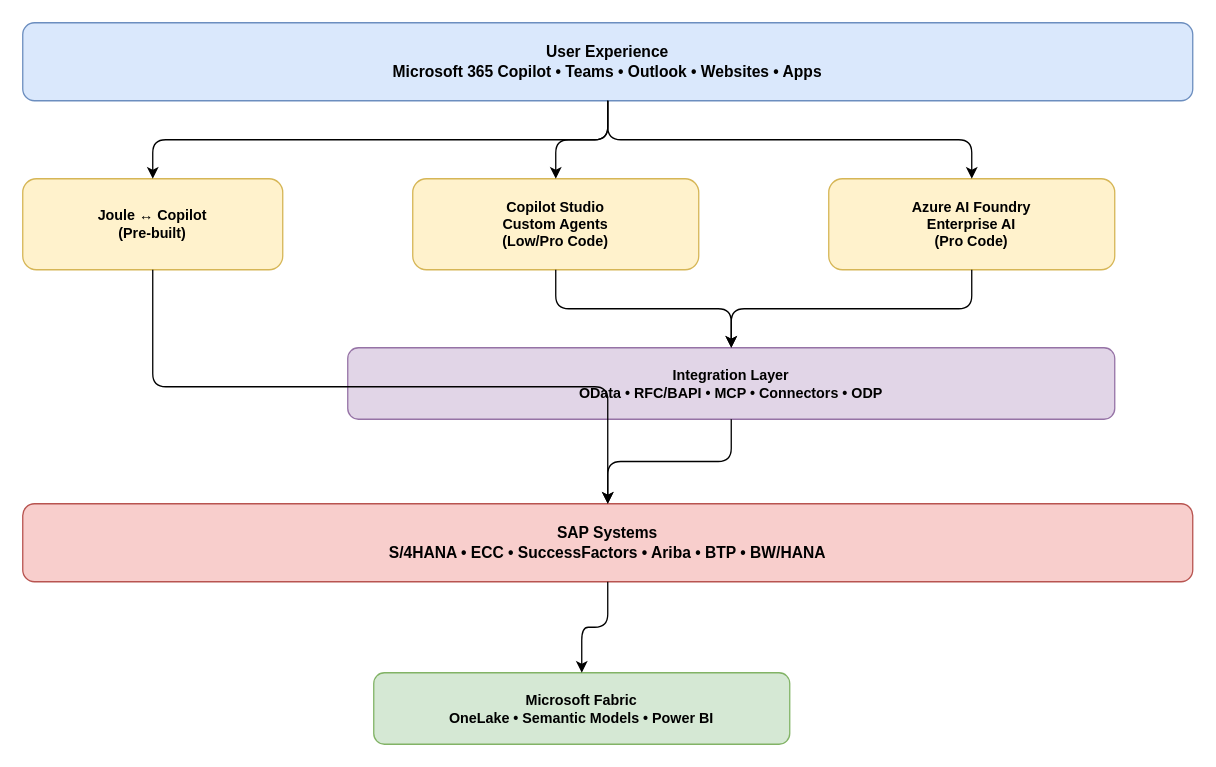
hobru/Microsoft-Learning keeps this draw.io diagram as about-sap-with-microsoft-ai.drawio. Above is the earlier version. Source tidied: cells renumbered, new cells numbered last; positions are measured from the earlier drawing's top-left corner, leaving out a move shared by most shapes. Both pictures are drawn from the tidied source at 130%, with x=0, y=0 at pixel (22, 22).
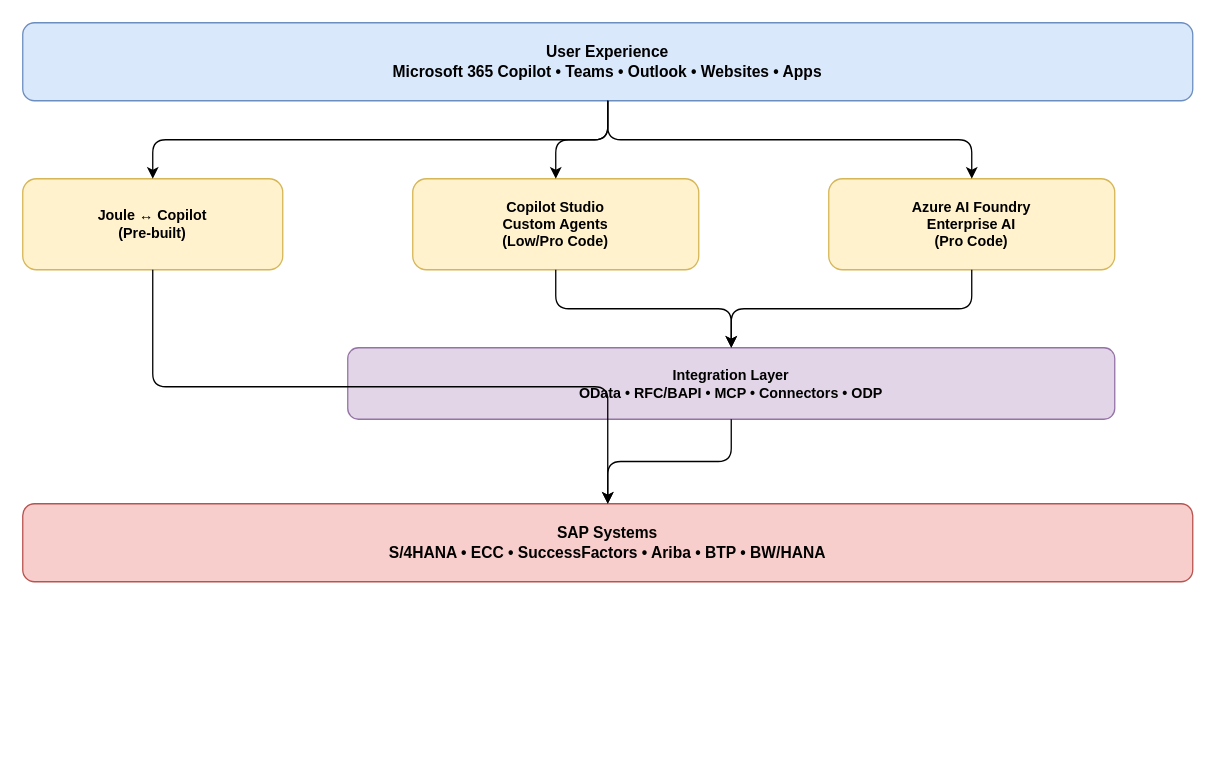
The same diagram, later.

Commit message (it also covers changes not shown here):
Update SAP with Microsoft AI diagram and adjust layout properties

The edit, as a diff of the source:
```diff
@@
 <mxGraphModel>
   <root>
     <mxCell id="0" />
     <mxCell id="1" parent="0" />
     <mxCell id="2" value="User Experience&#10;Microsoft 365 Copilot  •  Teams  •  Outlook  •  Websites  •  Apps" style="rounded=1;whiteSpace=wrap;html=1;fillColor=#dae8fc;strokeColor=#6c8ebf;fontSize=12;fontStyle=1;verticalAlign=middle;align=center;" parent="1" vertex="1">
       <mxGeometry width="900" height="60" as="geometry" />
     </mxCell>
     <mxCell id="3" value="Joule ↔ Copilot&#10;(Pre-built)" style="rounded=1;whiteSpace=wrap;html=1;fillColor=#fff2cc;strokeColor=#d6b656;fontSize=11;fontStyle=1;verticalAlign=middle;align=center;" parent="1" vertex="1">
       <mxGeometry y="120" width="200" height="70" as="geometry" />
     </mxCell>
     <mxCell id="4" value="Copilot Studio&#10;Custom Agents&#10;(Low/Pro Code)" style="rounded=1;whiteSpace=wrap;html=1;fillColor=#fff2cc;strokeColor=#d6b656;fontSize=11;fontStyle=1;verticalAlign=middle;align=center;" parent="1" vertex="1">
       <mxGeometry x="300" y="120" width="220" height="70" as="geometry" />
     </mxCell>
     <mxCell id="5" value="Azure AI Foundry&#10;Enterprise AI&#10;(Pro Code)" style="rounded=1;whiteSpace=wrap;html=1;fillColor=#fff2cc;strokeColor=#d6b656;fontSize=11;fontStyle=1;verticalAlign=middle;align=center;" parent="1" vertex="1">
       <mxGeometry x="620" y="120" width="220" height="70" as="geometry" />
     </mxCell>
     <mxCell id="6" value="Integration Layer&#10;OData  •  RFC/BAPI  •  MCP  •  Connectors  •  ODP" style="rounded=1;whiteSpace=wrap;html=1;fillColor=#e1d5e7;strokeColor=#9673a6;fontSize=11;fontStyle=1;verticalAlign=middle;align=center;" parent="1" vertex="1">
       <mxGeometry x="250" y="250" width="590" height="55" as="geometry" />
     </mxCell>
     <mxCell id="7" value="SAP Systems&#10;S/4HANA  •  ECC  •  SuccessFactors  •  Ariba  •  BTP  •  BW/HANA" style="rounded=1;whiteSpace=wrap;html=1;fillColor=#f8cecc;strokeColor=#b85450;fontSize=12;fontStyle=1;verticalAlign=middle;align=center;" parent="1" vertex="1">
       <mxGeometry y="370" width="900" height="60" as="geometry" />
     </mxCell>
-    <mxCell id="8" value="Microsoft Fabric&#10;OneLake  •  Semantic Models  •  Power BI" style="rounded=1;whiteSpace=wrap;html=1;fillColor=#d5e8d4;strokeColor=#82b366;fontSize=11;fontStyle=1;verticalAlign=middle;align=center;" parent="1" vertex="1">
-      <mxGeometry x="270" y="500" width="320" height="55" as="geometry" />
-    </mxCell>
     <mxCell id="9" style="edgeStyle=orthogonalEdgeStyle;rounded=1;" parent="1" edge="1" source="2" target="3">
       <mxGeometry relative="1" as="geometry" />
     </mxCell>
     <mxCell id="10" style="edgeStyle=orthogonalEdgeStyle;rounded=1;" parent="1" edge="1" source="2" target="4">
       <mxGeometry relative="1" as="geometry" />
     </mxCell>
     <mxCell id="11" style="edgeStyle=orthogonalEdgeStyle;rounded=1;" parent="1" edge="1" source="2" target="5">
       <mxGeometry relative="1" as="geometry" />
     </mxCell>
     <mxCell id="12" style="edgeStyle=orthogonalEdgeStyle;rounded=1;" parent="1" edge="1" source="4" target="6">
       <mxGeometry relative="1" as="geometry" />
     </mxCell>
     <mxCell id="13" style="edgeStyle=orthogonalEdgeStyle;rounded=1;" parent="1" edge="1" source="5" target="6">
       <mxGeometry relative="1" as="geometry" />
     </mxCell>
     <mxCell id="14" style="edgeStyle=orthogonalEdgeStyle;rounded=1;" parent="1" edge="1" source="3" target="7">
       <mxGeometry relative="1" as="geometry" />
     </mxCell>
     <mxCell id="15" style="edgeStyle=orthogonalEdgeStyle;rounded=1;" parent="1" edge="1" source="6" target="7">
       <mxGeometry relative="1" as="geometry" />
     </mxCell>
-    <mxCell id="16" style="edgeStyle=orthogonalEdgeStyle;rounded=1;" parent="1" edge="1" source="7" target="8">
-      <mxGeometry relative="1" as="geometry" />
-    </mxCell>
   </root>
 </mxGraphModel>
```
